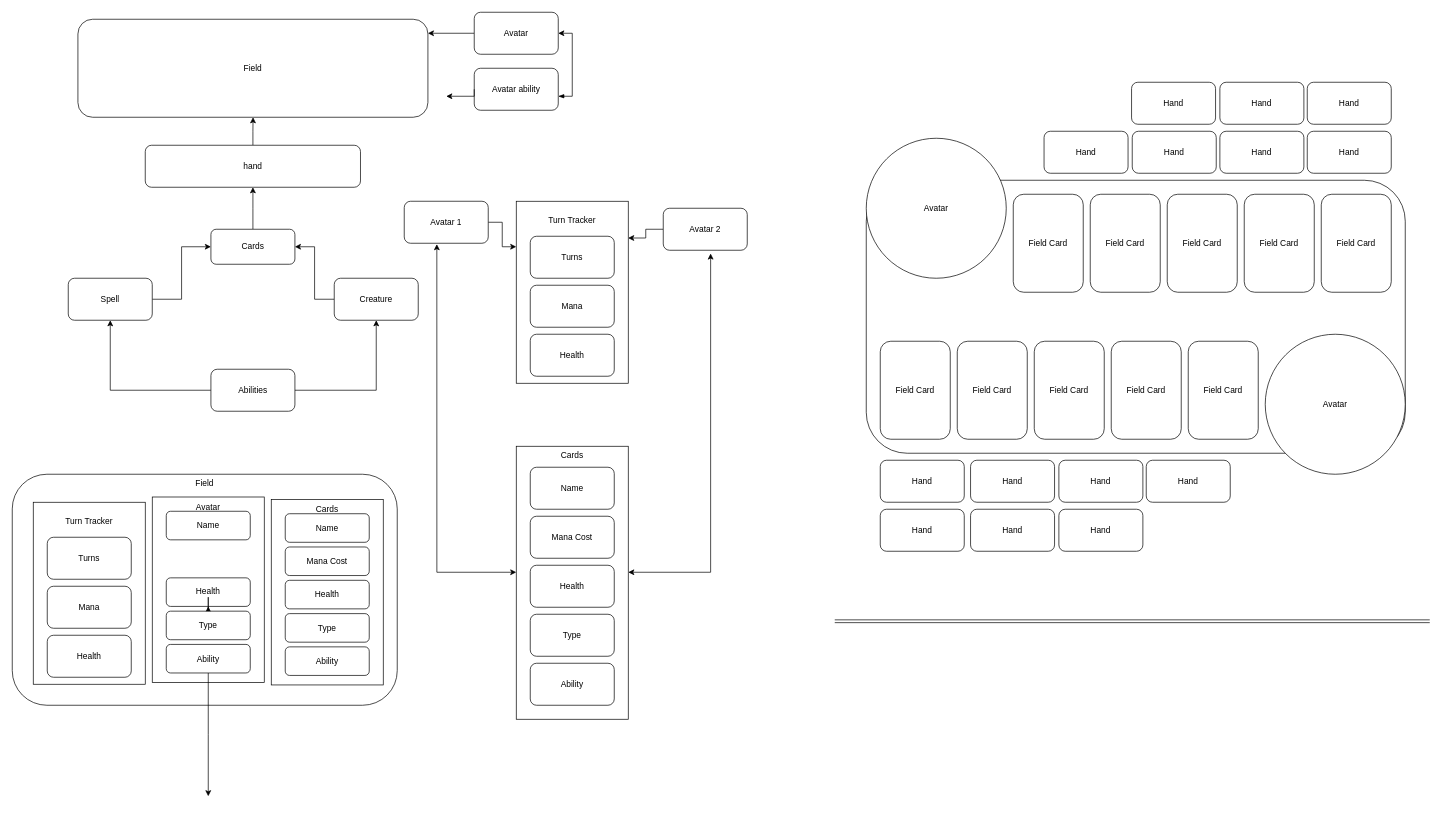
Above: daigrams_from_site/Card Game Flow Chart.drawio in popados/01_diagrams (draw.io), before the change. Source tidied: cells renumbered, new cells numbered last; positions are measured from the earlier drawing's top-left corner, leaving out a move shared by most shapes. Both pictures are drawn from the tidied source at 70%, with x=0, y=0 at pixel (12, 12).
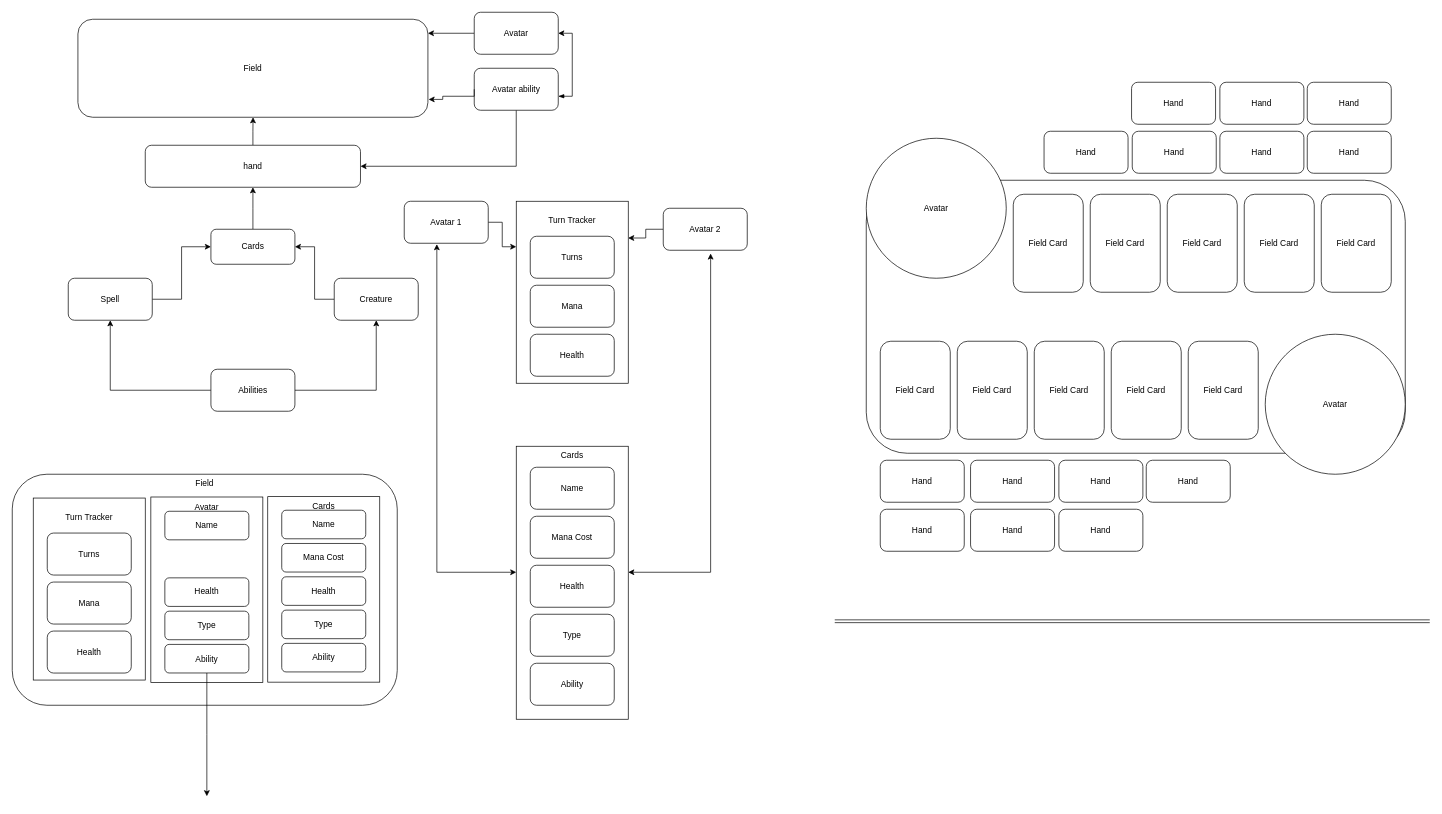
Above is the later version.

Unchanged cells that the change refers to:
```xml
<mxCell id="18" value="Field&lt;br&gt;" style="rounded=1;whiteSpace=wrap;html=1;" parent="1" vertex="1">
  <mxGeometry x="93.8" y="10" width="500" height="140" as="geometry" />
</mxCell>
<mxCell id="26" value="Avatar ability" style="rounded=1;whiteSpace=wrap;html=1;" parent="1" vertex="1">
  <mxGeometry x="660" y="80" width="120" height="60" as="geometry" />
</mxCell>
<mxCell id="31" value="hand" style="rounded=1;whiteSpace=wrap;html=1;" parent="1" vertex="1">
  <mxGeometry x="190" y="190" width="307.5" height="60" as="geometry" />
</mxCell>
<mxCell id="64" value="Health" style="rounded=1;whiteSpace=wrap;html=1;" parent="61" vertex="1">
  <mxGeometry x="20" y="115.5" width="120" height="40.8" as="geometry" />
</mxCell>
<mxCell id="66" value="Type" style="rounded=1;whiteSpace=wrap;html=1;" parent="61" vertex="1">
  <mxGeometry x="20" y="163.1" width="120" height="40.8" as="geometry" />
</mxCell>
```

Diff of the diagram source:
```diff
@@
+    <mxCell id="86" style="edgeStyle=orthogonalEdgeStyle;rounded=0;jettySize=auto;html=1;entryX=1;entryY=0.5;entryDx=0;entryDy=0;exitX=0.5;exitY=1;exitDx=0;exitDy=0;" parent="1" edge="1" source="26" target="31">
+      <mxGeometry relative="1" as="geometry" />
+    </mxCell>
@@
-    <mxCell id="32" style="edgeStyle=orthogonalEdgeStyle;rounded=0;jettySize=auto;html=1;exitX=0;exitY=0.5;exitDx=0;exitDy=0;" parent="1" edge="1" source="26">
+    <mxCell id="32" style="edgeStyle=orthogonalEdgeStyle;rounded=0;jettySize=auto;html=1;exitX=0;exitY=0.5;exitDx=0;exitDy=0;entryX=1.002;entryY=0.818;entryDx=0;entryDy=0;entryPerimeter=0;" parent="1" edge="1" source="26" target="18">
       <mxGeometry relative="1" as="geometry">
-        <mxPoint x="620" y="120" as="targetPoint" />
         <Array as="points">
-          <mxPoint x="620" y="120" />
+          <mxPoint x="660" y="120" />
+          <mxPoint x="615" y="120" />
+          <mxPoint x="615" y="125" />
         </Array>
       </mxGeometry>
     </mxCell>
@@
     <mxCell id="61" style="group;" parent="1" vertex="1">
-      <mxGeometry x="200" y="692.5" width="160" height="265" as="geometry" />
+      <mxGeometry x="198" y="692.5" width="160" height="265" as="geometry" />
     </mxCell>
@@
-    <mxCell id="65" style="edgeStyle=orthogonalEdgeStyle;rounded=0;jettySize=auto;html=1;" parent="61" edge="1" source="66" target="64">
-      <mxGeometry relative="1" as="geometry" />
-    </mxCell>
@@
     <mxCell id="69" style="group;" parent="1" vertex="1">
-      <mxGeometry x="370" y="696" width="160" height="265" as="geometry" />
+      <mxGeometry x="365" y="691" width="160" height="265" as="geometry" />
     </mxCell>
     <mxCell id="70" value="Cards" style="rounded=0;whiteSpace=wrap;html=1;align=center;horizontal=1;verticalAlign=top;" parent="69" vertex="1">
-      <mxGeometry width="160" height="265" as="geometry" />
+      <mxGeometry y="1" width="160" height="265" as="geometry" />
     </mxCell>
@@
     <mxCell id="81" style="group;" parent="1" vertex="1">
-      <mxGeometry x="30" y="700" width="160" height="260" as="geometry" />
+      <mxGeometry x="30" y="694" width="160" height="260" as="geometry" />
     </mxCell>
```
